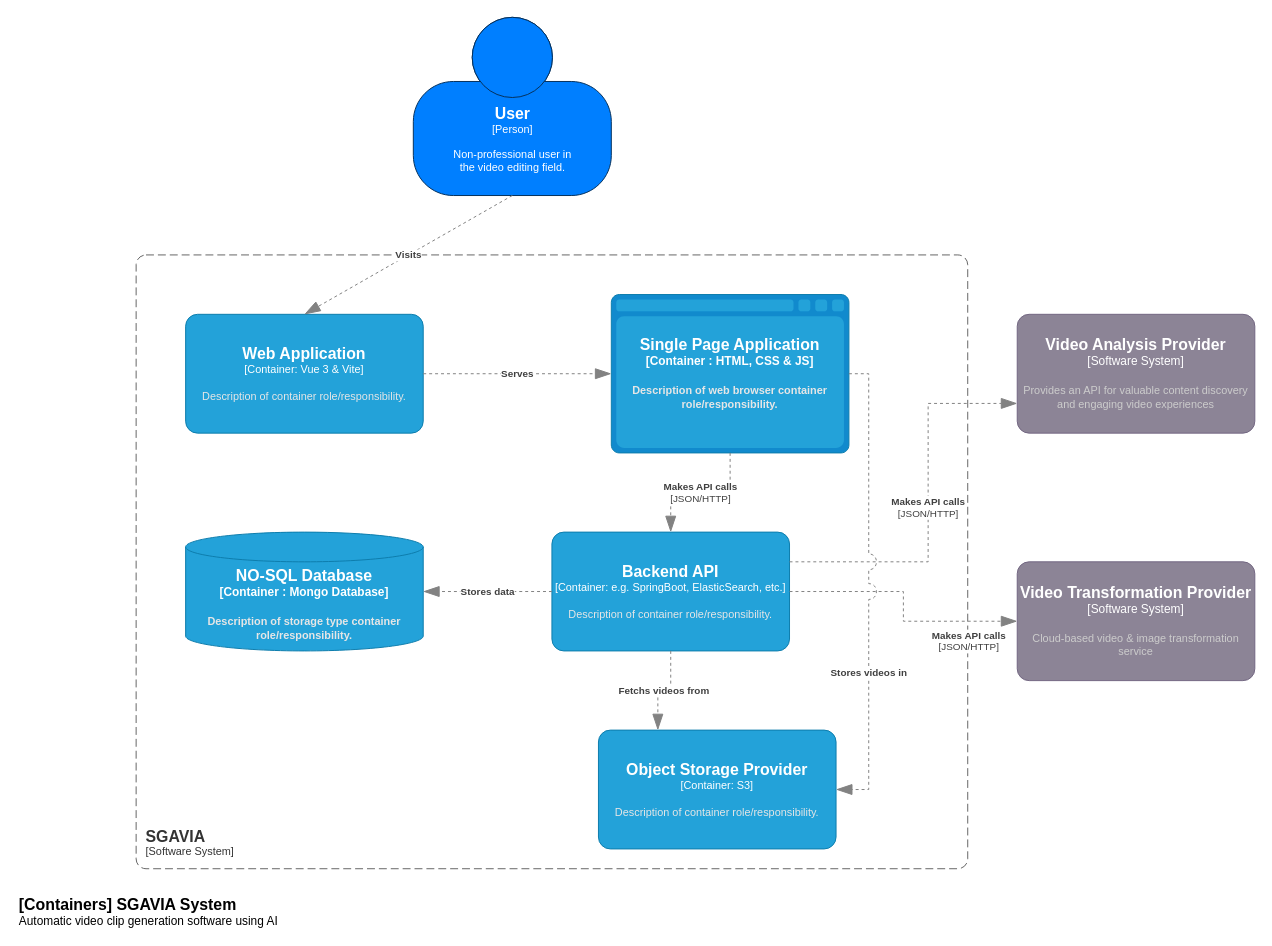
The draw.io diagram page "Página-4" (4 of 6) of drawio-diagrams/Organigrama.drawio in PR2022027/.github, before the edit. Source tidied: cells renumbered, new cells numbered last; positions are measured from the earlier drawing's top-left corner, leaving out a move shared by most shapes. Both pictures are drawn from the tidied source at 99%, with x=0, y=0 at pixel (17, 17).
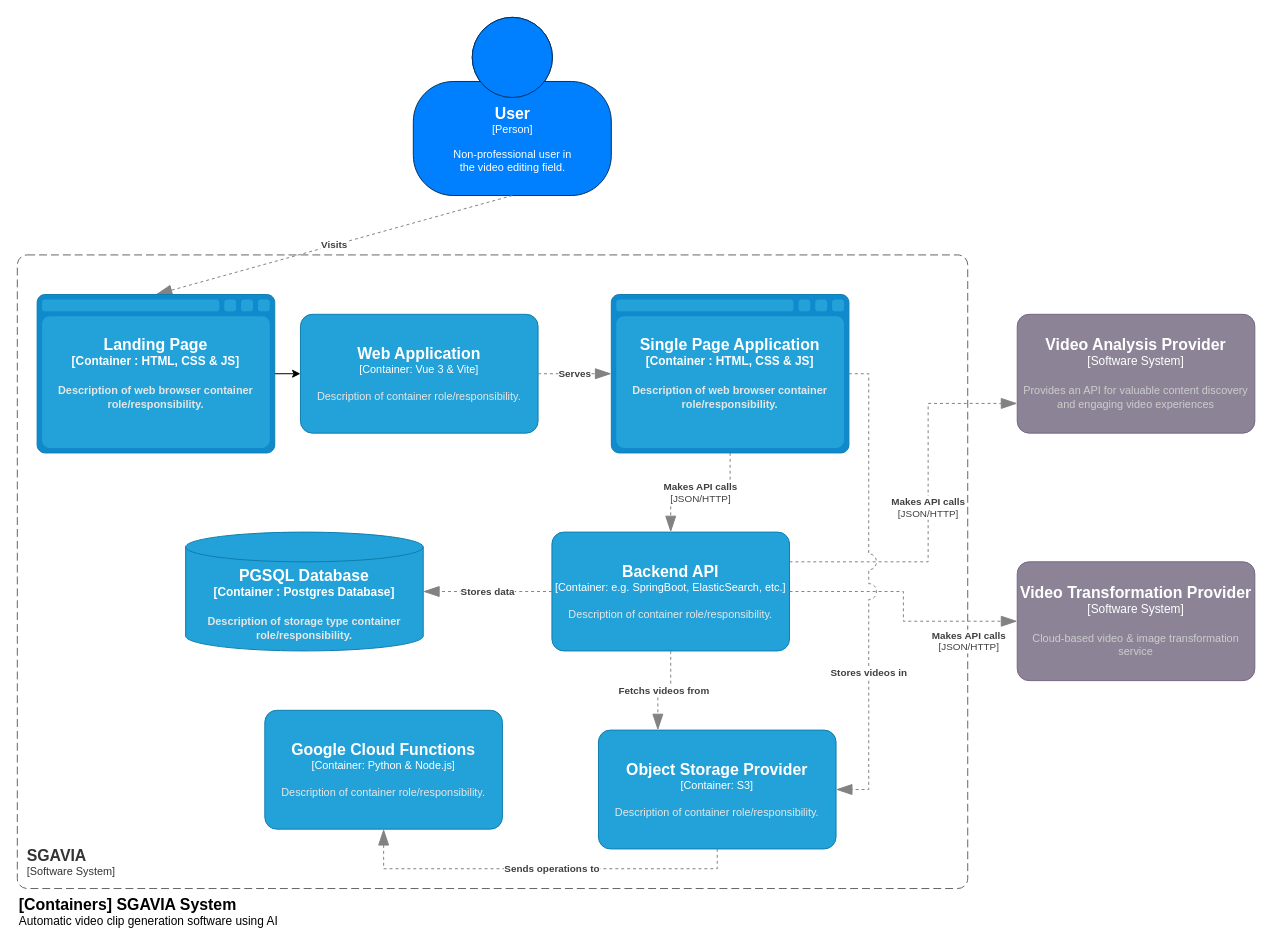
Above is the later version.

The change refers to these unchanged cells:
```xml
<object id="3" label="&lt;font style=&quot;font-size: 16px&quot;&gt;&lt;b&gt;%c4Name%&lt;/b&gt;&lt;/font&gt;&lt;div&gt;[%c4Type%]&lt;/div&gt;&lt;br&gt;&lt;div&gt;&lt;font style=&quot;font-size: 11px&quot;&gt;&lt;font&gt;%c4Description%&lt;/font&gt;&lt;/font&gt;&lt;/div&gt;" c4Description="Non-professional user in &#10;the video editing field." c4Name="User" c4Type="Person" placeholders="1">
  <mxCell style="html=1;fontSize=11;dashed=0;whitespace=wrap;fillColor=#007FFF;strokeColor=#06315C;fontColor=#FFFFFF;shape=mxgraph.c4.person2;align=center;points=[[0.5,0,0],[1,0.5,0],[1,0.75,0],[0.75,1,0],[0.5,1,0],[0.25,1,0],[0,0.75,0],[0,0.5,0]];" parent="1" vertex="1">
    <mxGeometry x="400" width="200" height="180" as="geometry" />
  </mxCell>
</object>
<object id="13" label="&lt;font style=&quot;font-size: 16px&quot;&gt;&lt;b&gt;%c4Name%&lt;/b&gt;&lt;/font&gt;&lt;div&gt;[%c4Type%: %c4Technology%]&lt;/div&gt;&lt;br&gt;&lt;div&gt;&lt;font style=&quot;font-size: 11px&quot;&gt;&lt;font color=&quot;#E6E6E6&quot;&gt;%c4Description%&lt;/font&gt;&lt;/div&gt;" c4Description="Description of container role/responsibility." c4Name="Object Storage Provider" c4Technology="S3" c4Type="Container" placeholders="1">
  <mxCell style="rounded=1;whiteSpace=wrap;html=1;fontSize=11;labelBackgroundColor=none;fillColor=#23A2D9;fontColor=#ffffff;align=center;arcSize=10;strokeColor=#0E7DAD;points=[[0.25,0,0],[0.5,0,0],[0.75,0,0],[1,0.25,0],[1,0.5,0],[1,0.75,0],[0.75,1,0],[0.5,1,0],[0.25,1,0],[0,0.75,0],[0,0.5,0],[0,0.25,0]];" parent="1" vertex="1">
    <mxGeometry x="587" y="720" width="240" height="120" as="geometry" />
  </mxCell>
</object>
```

What changed in the source:
```diff
@@
     <object id="2" label="&lt;font style=&quot;font-size: 16px&quot;&gt;&lt;b&gt;&lt;div style=&quot;text-align: left&quot;&gt;%c4Name%&lt;/div&gt;&lt;/b&gt;&lt;/font&gt;&lt;div style=&quot;text-align: left&quot;&gt;[%c4Application%]&lt;/div&gt;" c4Application="Software System" c4Name="SGAVIA" placeholders="1">
       <mxCell style="rounded=1;fontSize=11;whiteSpace=wrap;html=1;dashed=1;arcSize=20;fillColor=none;strokeColor=#666666;fontColor=#333333;labelBackgroundColor=none;align=left;verticalAlign=bottom;labelBorderColor=none;spacingTop=0;spacing=10;dashPattern=8 4;perimeter=rectanglePerimeter;noLabel=0;labelPadding=0;absoluteArcSize=1;" parent="1" vertex="1">
-        <mxGeometry x="120" y="240" width="840" height="620" as="geometry" />
+        <mxGeometry y="240" width="960" height="640" as="geometry" />
       </mxCell>
     </object>
@@
     <object id="5" label="&lt;font style=&quot;font-size: 16px&quot;&gt;&lt;b&gt;%c4Name%&lt;/b&gt;&lt;/font&gt;&lt;div&gt;[%c4Type%: %c4Technology%]&lt;/div&gt;&lt;br&gt;&lt;div&gt;&lt;font style=&quot;font-size: 11px&quot;&gt;&lt;font color=&quot;#E6E6E6&quot;&gt;%c4Description%&lt;/font&gt;&lt;/div&gt;" c4Description="Description of container role/responsibility." c4Name="Web Application" c4Technology="Vue 3 &amp; Vite" c4Type="Container" placeholders="1">
       <mxCell style="rounded=1;whiteSpace=wrap;html=1;fontSize=11;labelBackgroundColor=none;fillColor=#23A2D9;fontColor=#ffffff;align=center;arcSize=10;strokeColor=#0E7DAD;points=[[0.25,0,0],[0.5,0,0],[0.75,0,0],[1,0.25,0],[1,0.5,0],[1,0.75,0],[0.75,1,0],[0.5,1,0],[0.25,1,0],[0,0.75,0],[0,0.5,0],[0,0.25,0]];" parent="1" vertex="1">
-        <mxGeometry x="170" y="300" width="240" height="120" as="geometry" />
+        <mxGeometry x="286" y="300" width="240" height="120" as="geometry" />
       </mxCell>
     </object>
@@
-    <object id="7" label="&lt;font style=&quot;font-size: 16px&quot;&gt;&lt;b&gt;%c4Type%&lt;/font&gt;&lt;div&gt;[%c4Container%:&amp;nbsp;%c4Technology%]&lt;/div&gt;&lt;br&gt;&lt;div&gt;&lt;font style=&quot;font-size: 11px&quot;&gt;&lt;font color=&quot;#E6E6E6&quot;&gt;%c4Description%&lt;/font&gt;&lt;/div&gt;" c4Container="Container " c4Description="Description of storage type container role/responsibility." c4Technology="Mongo Database" c4Type="NO-SQL Database" placeholders="1">
+    <object id="7" label="&lt;font style=&quot;font-size: 16px&quot;&gt;&lt;b&gt;%c4Type%&lt;/font&gt;&lt;div&gt;[%c4Container%:&amp;nbsp;%c4Technology%]&lt;/div&gt;&lt;br&gt;&lt;div&gt;&lt;font style=&quot;font-size: 11px&quot;&gt;&lt;font color=&quot;#E6E6E6&quot;&gt;%c4Description%&lt;/font&gt;&lt;/div&gt;" c4Container="Container " c4Description="Description of storage type container role/responsibility." c4Technology="Postgres Database" c4Type="PGSQL Database" placeholders="1">
       <mxCell style="shape=cylinder3;size=15;whiteSpace=wrap;html=1;boundedLbl=1;rounded=0;labelBackgroundColor=none;fillColor=#23A2D9;fontSize=12;fontColor=#ffffff;align=center;strokeColor=#0E7DAD;points=[[0.5,0,0],[1,0.25,0],[1,0.5,0],[1,0.75,0],[0.5,1,0],[0,0.75,0],[0,0.5,0],[0,0.25,0]];" parent="1" vertex="1">
         <mxGeometry x="170" y="520" width="240" height="120" as="geometry" />
       </mxCell>
     </object>
@@
     <object id="10" label="&lt;div style=&quot;text-align: left&quot;&gt;&lt;div style=&quot;text-align: center&quot;&gt;&lt;b&gt;%c4Description%&lt;/b&gt;&lt;/div&gt;" c4Description="Visits" placeholders="1">
-      <mxCell style="endArrow=blockThin;html=1;fontSize=10;fontColor=#404040;strokeWidth=1;endFill=1;strokeColor=#828282;elbow=vertical;endSize=14;startSize=14;jumpStyle=arc;jumpSize=16;rounded=0;dashed=1;exitX=0.5;exitY=1;exitDx=0;exitDy=0;exitPerimeter=0;entryX=0.5;entryY=0;entryDx=0;entryDy=0;entryPerimeter=0;" parent="1" edge="1" source="3" target="5">
+      <mxCell style="endArrow=blockThin;html=1;fontSize=10;fontColor=#404040;strokeWidth=1;endFill=1;strokeColor=#828282;elbow=vertical;endSize=14;startSize=14;jumpStyle=arc;jumpSize=16;rounded=0;dashed=1;exitX=0.5;exitY=1;exitDx=0;exitDy=0;exitPerimeter=0;entryX=0.5;entryY=0;entryDx=0;entryDy=0;entryPerimeter=0;" parent="1" edge="1" source="3" target="21">
         <mxGeometry relative="1" as="geometry" />
       </mxCell>
     </object>
@@
+    <mxCell id="20" style="edgeStyle=orthogonalEdgeStyle;rounded=0;jettySize=auto;html=1;exitX=1;exitY=0.5;exitDx=0;exitDy=0;exitPerimeter=0;entryX=0;entryY=0.5;entryDx=0;entryDy=0;entryPerimeter=0;" parent="1" edge="1" source="21" target="5">
+      <mxGeometry relative="1" as="geometry" />
+    </mxCell>
+    <object id="21" label="&lt;font style=&quot;font-size: 16px&quot;&gt;&lt;b&gt;%c4Type%&lt;/font&gt;&lt;div&gt;[%c4Container%:&amp;nbsp;%c4Technology%]&lt;/div&gt;&lt;br&gt;&lt;div&gt;&lt;font style=&quot;font-size: 11px&quot;&gt;&lt;font color=&quot;#E6E6E6&quot;&gt;%c4Description%&lt;/font&gt;&lt;/div&gt;" c4Container="Container " c4Description="Description of web browser container role/responsibility." c4Technology="HTML, CSS &amp; JS" c4Type="Landing Page" placeholders="1">
+      <mxCell style="shape=mxgraph.c4.webBrowserContainer2;whiteSpace=wrap;html=1;boundedLbl=1;rounded=0;labelBackgroundColor=none;strokeColor=#118ACD;fillColor=#23A2D9;strokeColor=#118ACD;strokeColor2=#0E7DAD;fontSize=12;fontColor=#ffffff;align=center;points=[[0.5,0,0],[1,0.25,0],[1,0.5,0],[1,0.75,0],[0.5,1,0],[0,0.75,0],[0,0.5,0],[0,0.25,0]];" parent="1" vertex="1">
+        <mxGeometry x="20" y="280" width="240" height="160" as="geometry" />
+      </mxCell>
+    </object>
+    <object id="22" label="&lt;font style=&quot;font-size: 16px&quot;&gt;&lt;b&gt;%c4Name%&lt;/b&gt;&lt;/font&gt;&lt;div&gt;[%c4Type%: %c4Technology%]&lt;/div&gt;&lt;br&gt;&lt;div&gt;&lt;font style=&quot;font-size: 11px&quot;&gt;&lt;font color=&quot;#E6E6E6&quot;&gt;%c4Description%&lt;/font&gt;&lt;/div&gt;" c4Description="Description of container role/responsibility." c4Name="Google Cloud Functions" c4Technology="Python &amp; Node.js" c4Type="Container" placeholders="1">
+      <mxCell style="rounded=1;whiteSpace=wrap;html=1;fontSize=11;labelBackgroundColor=none;fillColor=#23A2D9;fontColor=#ffffff;align=center;arcSize=10;strokeColor=#0E7DAD;points=[[0.25,0,0],[0.5,0,0],[0.75,0,0],[1,0.25,0],[1,0.5,0],[1,0.75,0],[0.75,1,0],[0.5,1,0],[0.25,1,0],[0,0.75,0],[0,0.5,0],[0,0.25,0]];" parent="1" vertex="1">
+        <mxGeometry x="250" y="700" width="240" height="120" as="geometry" />
+      </mxCell>
+    </object>
+    <object id="23" label="&lt;div style=&quot;text-align: left&quot;&gt;&lt;div style=&quot;text-align: center&quot;&gt;&lt;b&gt;%c4Description%&lt;/b&gt;&lt;/div&gt;" c4Description="Sends operations to" placeholders="1">
+      <mxCell style="endArrow=blockThin;html=1;fontSize=10;fontColor=#404040;strokeWidth=1;endFill=1;strokeColor=#828282;elbow=vertical;endSize=14;startSize=14;jumpStyle=arc;jumpSize=16;rounded=0;edgeStyle=orthogonalEdgeStyle;dashed=1;exitX=0.5;exitY=1;exitDx=0;exitDy=0;exitPerimeter=0;entryX=0.5;entryY=1;entryDx=0;entryDy=0;entryPerimeter=0;" parent="1" edge="1" source="13" target="22">
+        <mxGeometry x="-0.06" relative="1" as="geometry">
+          <Array as="points">
+            <mxPoint x="707" y="860" />
+            <mxPoint x="370" y="860" />
+          </Array>
+        </mxGeometry>
+      </mxCell>
+    </object>
```
